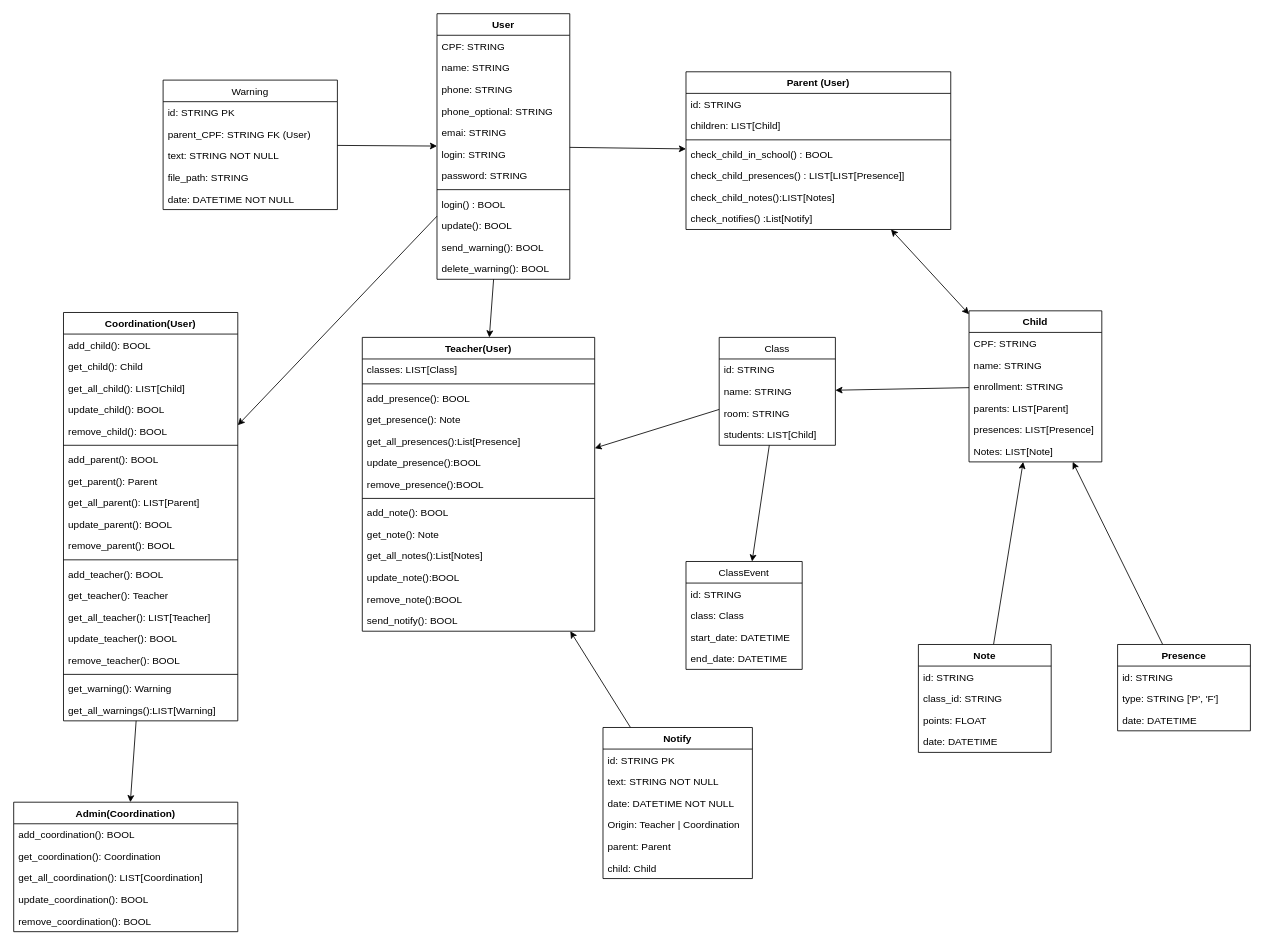
Before: docs/diagrams/class.drawio in mauriciobenjamin700/SMEIF, a draw.io diagram. Source tidied: cells renumbered, new cells numbered last; positions are measured from the earlier drawing's top-left corner, leaving out a move shared by most shapes. Both pictures are drawn from the tidied source at 83%, with x=0, y=0 at pixel (13, 13).
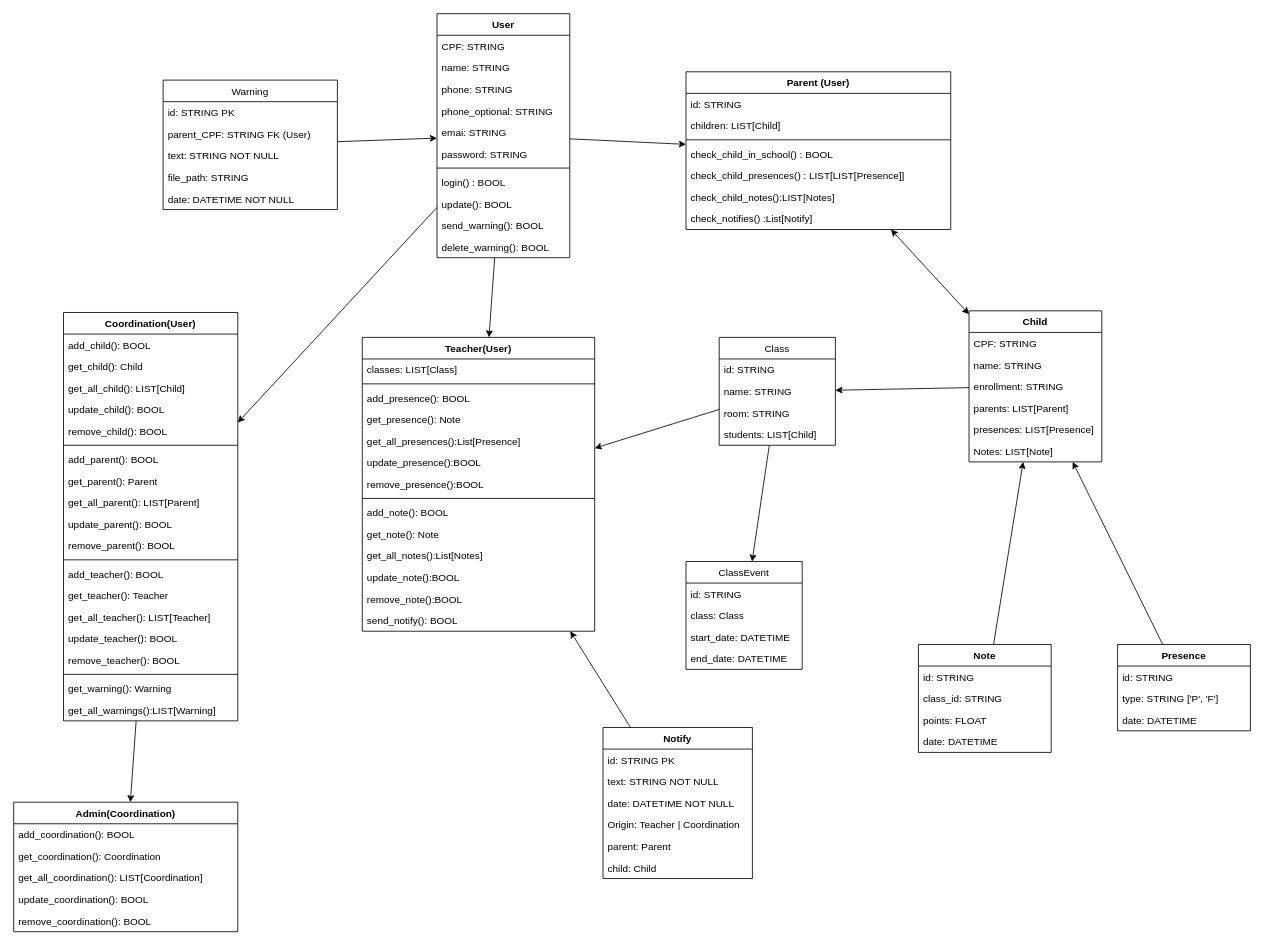
The same diagram, later.

Commit message (it also covers changes not shown here):
docs: update in docs about login acess

Change to the diagram source:
```diff
@@
     <mxCell id="5" value="User" style="swimlane;fontStyle=1;align=center;verticalAlign=top;horizontal=1;startSize=26;" parent="1" vertex="1">
-      <mxGeometry x="510" width="160" height="320" as="geometry" />
+      <mxGeometry x="510" width="160" height="294" as="geometry" />
     </mxCell>
@@
-    <mxCell id="11" value="login: STRING" style="text;strokeColor=none;fillColor=none;align=left;verticalAlign=top;spacingLeft=4;spacingRight=4;overflow=hidden;" parent="5" vertex="1">
-      <mxGeometry y="156" width="160" height="26" as="geometry" />
-    </mxCell>
     <mxCell id="12" value="password: STRING" style="text;strokeColor=none;fillColor=none;align=left;verticalAlign=top;spacingLeft=4;spacingRight=4;overflow=hidden;" parent="5" vertex="1">
-      <mxGeometry y="182" width="160" height="26" as="geometry" />
+      <mxGeometry y="156" width="160" height="26" as="geometry" />
     </mxCell>
     <mxCell id="13" style="line;strokeWidth=1;fillColor=none;align=left;verticalAlign=middle;spacingTop=-1;spacingLeft=3;spacingRight=3;labelPosition=right;strokeColor=inherit;" parent="5" vertex="1">
-      <mxGeometry y="208" width="160" height="8" as="geometry" />
+      <mxGeometry y="182" width="160" height="8" as="geometry" />
     </mxCell>
     <mxCell id="14" value="login() : BOOL" style="text;strokeColor=none;fillColor=none;align=left;verticalAlign=top;spacingLeft=4;spacingRight=4;overflow=hidden;" parent="5" vertex="1">
-      <mxGeometry y="216" width="160" height="26" as="geometry" />
+      <mxGeometry y="190" width="160" height="26" as="geometry" />
     </mxCell>
     <mxCell id="15" value="update(): BOOL" style="text;strokeColor=none;fillColor=none;align=left;verticalAlign=top;spacingLeft=4;spacingRight=4;overflow=hidden;" parent="5" vertex="1">
-      <mxGeometry y="242" width="160" height="26" as="geometry" />
+      <mxGeometry y="216" width="160" height="26" as="geometry" />
     </mxCell>
     <mxCell id="16" value="send_warning(): BOOL" style="text;strokeColor=none;fillColor=none;align=left;verticalAlign=top;spacingLeft=4;spacingRight=4;overflow=hidden;" parent="5" vertex="1">
-      <mxGeometry y="268" width="160" height="26" as="geometry" />
+      <mxGeometry y="242" width="160" height="26" as="geometry" />
     </mxCell>
     <mxCell id="17" value="delete_warning(): BOOL" style="text;strokeColor=none;fillColor=none;align=left;verticalAlign=top;spacingLeft=4;spacingRight=4;overflow=hidden;" parent="5" vertex="1">
-      <mxGeometry y="294" width="160" height="26" as="geometry" />
+      <mxGeometry y="268" width="160" height="26" as="geometry" />
     </mxCell>
```
